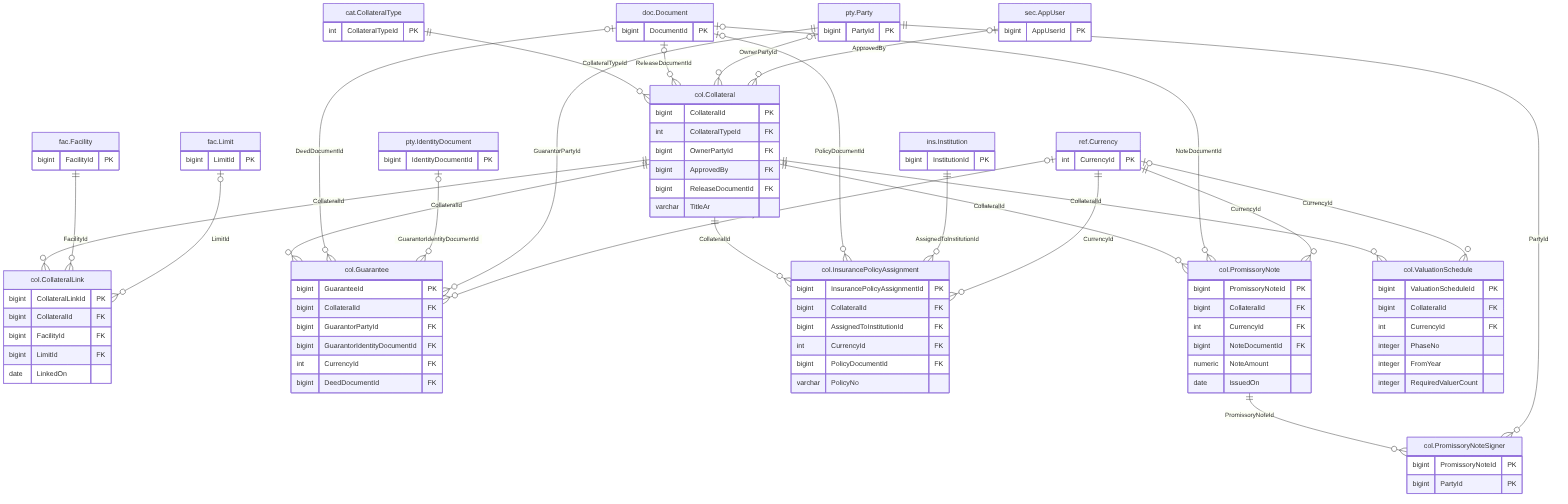
This is treasury-platform/docs/diagrams/erd/m5_collateral.png from thawrasy/smartlines, a Mermaid export, as it was before one commit. Its source is kept beside it as treasury-platform/docs/diagrams/erd/m5_collateral.mmd. The source it was exported from:
```mermaid
erDiagram
  col_Collateral["col.Collateral"] {
    bigint CollateralId PK
    int CollateralTypeId FK
    bigint OwnerPartyId FK
    bigint ApprovedBy FK
    bigint ReleaseDocumentId FK
    varchar TitleAr
  }
  col_CollateralLink["col.CollateralLink"] {
    bigint CollateralLinkId PK
    bigint CollateralId FK
    bigint FacilityId FK
    bigint LimitId FK
    date LinkedOn
  }
  col_Guarantee["col.Guarantee"] {
    bigint GuaranteeId PK
    bigint CollateralId FK
    bigint GuarantorPartyId FK
    bigint GuarantorIdentityDocumentId FK
    int CurrencyId FK
    bigint DeedDocumentId FK
  }
  col_InsurancePolicyAssignment["col.InsurancePolicyAssignment"] {
    bigint InsurancePolicyAssignmentId PK
    bigint CollateralId FK
    bigint AssignedToInstitutionId FK
    int CurrencyId FK
    bigint PolicyDocumentId FK
    varchar PolicyNo
  }
  col_PromissoryNote["col.PromissoryNote"] {
    bigint PromissoryNoteId PK
    bigint CollateralId FK
    int CurrencyId FK
    bigint NoteDocumentId FK
    numeric NoteAmount
    date IssuedOn
  }
  col_PromissoryNoteSigner["col.PromissoryNoteSigner"] {
    bigint PromissoryNoteId PK
    bigint PartyId PK
  }
  col_ValuationSchedule["col.ValuationSchedule"] {
    bigint ValuationScheduleId PK
    bigint CollateralId FK
    int CurrencyId FK
    integer PhaseNo
    integer FromYear
    integer RequiredValuerCount
  }
  cat_CollateralType["cat.CollateralType"] {
    int CollateralTypeId PK
  }
  doc_Document["doc.Document"] {
    bigint DocumentId PK
  }
  fac_Facility["fac.Facility"] {
    bigint FacilityId PK
  }
  fac_Limit["fac.Limit"] {
    bigint LimitId PK
  }
  ins_Institution["ins.Institution"] {
    bigint InstitutionId PK
  }
  pty_IdentityDocument["pty.IdentityDocument"] {
    bigint IdentityDocumentId PK
  }
  pty_Party["pty.Party"] {
    bigint PartyId PK
  }
  ref_Currency["ref.Currency"] {
    int CurrencyId PK
  }
  sec_AppUser["sec.AppUser"] {
    bigint AppUserId PK
  }
  cat_CollateralType ||--o{ col_Collateral : "CollateralTypeId"
  col_Collateral ||--o{ col_CollateralLink : "CollateralId"
  col_Collateral ||--o{ col_Guarantee : "CollateralId"
  col_Collateral ||--o{ col_InsurancePolicyAssignment : "CollateralId"
  col_Collateral ||--o{ col_PromissoryNote : "CollateralId"
  col_Collateral ||--o{ col_ValuationSchedule : "CollateralId"
  col_PromissoryNote ||--o{ col_PromissoryNoteSigner : "PromissoryNoteId"
  doc_Document |o--o{ col_Collateral : "ReleaseDocumentId"
  doc_Document |o--o{ col_Guarantee : "DeedDocumentId"
  doc_Document |o--o{ col_InsurancePolicyAssignment : "PolicyDocumentId"
  doc_Document |o--o{ col_PromissoryNote : "NoteDocumentId"
  fac_Facility ||--o{ col_CollateralLink : "FacilityId"
  fac_Limit |o--o{ col_CollateralLink : "LimitId"
  ins_Institution ||--o{ col_InsurancePolicyAssignment : "AssignedToInstitutionId"
  pty_IdentityDocument |o--o{ col_Guarantee : "GuarantorIdentityDocumentId"
  pty_Party |o--o{ col_Collateral : "OwnerPartyId"
  pty_Party ||--o{ col_Guarantee : "GuarantorPartyId"
  pty_Party ||--o{ col_PromissoryNoteSigner : "PartyId"
  ref_Currency |o--o{ col_Guarantee : "CurrencyId"
  ref_Currency ||--o{ col_InsurancePolicyAssignment : "CurrencyId"
  ref_Currency ||--o{ col_PromissoryNote : "CurrencyId"
  ref_Currency |o--o{ col_ValuationSchedule : "CurrencyId"
  sec_AppUser |o--o{ col_Collateral : "ApprovedBy"
```
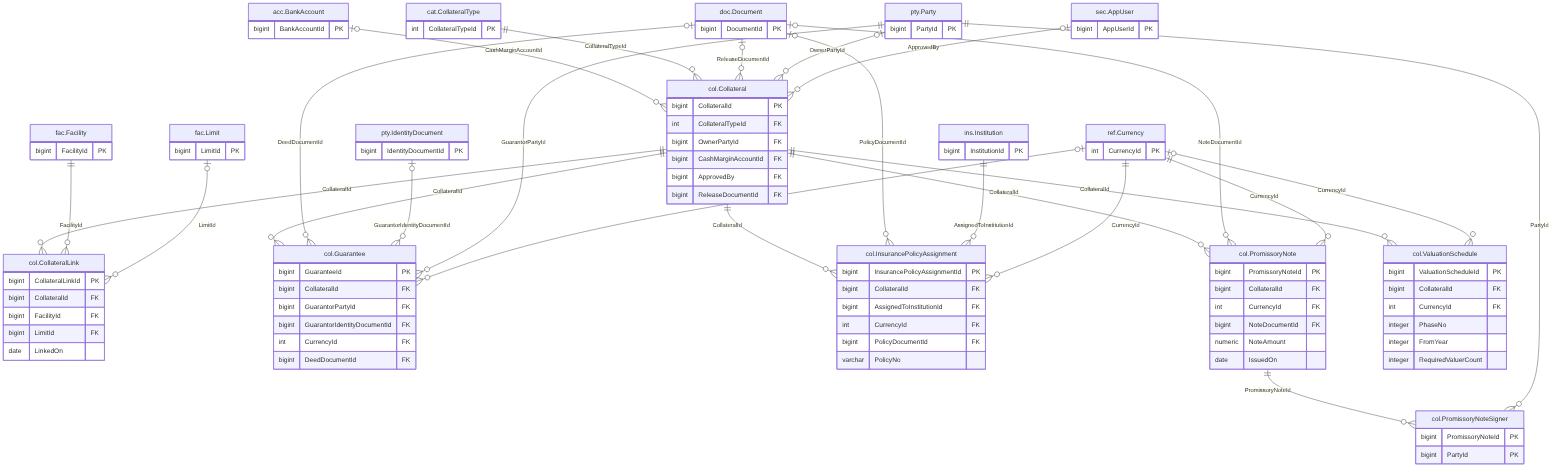
The same diagram one commit later.

Diff of the diagram source:
```diff
@@ -3,9 +3,9 @@
     bigint CollateralId PK
     int CollateralTypeId FK
     bigint OwnerPartyId FK
+    bigint CashMarginAccountId FK
     bigint ApprovedBy FK
     bigint ReleaseDocumentId FK
-    varchar TitleAr
   }
   col_CollateralLink["col.CollateralLink"] {
     bigint CollateralLinkId PK
@@ -50,6 +50,9 @@
     integer FromYear
     integer RequiredValuerCount
   }
+  acc_BankAccount["acc.BankAccount"] {
+    bigint BankAccountId PK
+  }
   cat_CollateralType["cat.CollateralType"] {
     int CollateralTypeId PK
   }
@@ -77,6 +80,7 @@
   sec_AppUser["sec.AppUser"] {
     bigint AppUserId PK
   }
+  acc_BankAccount |o--o{ col_Collateral : "CashMarginAccountId"
   cat_CollateralType ||--o{ col_Collateral : "CollateralTypeId"
   col_Collateral ||--o{ col_CollateralLink : "CollateralId"
   col_Collateral ||--o{ col_Guarantee : "CollateralId"
```
